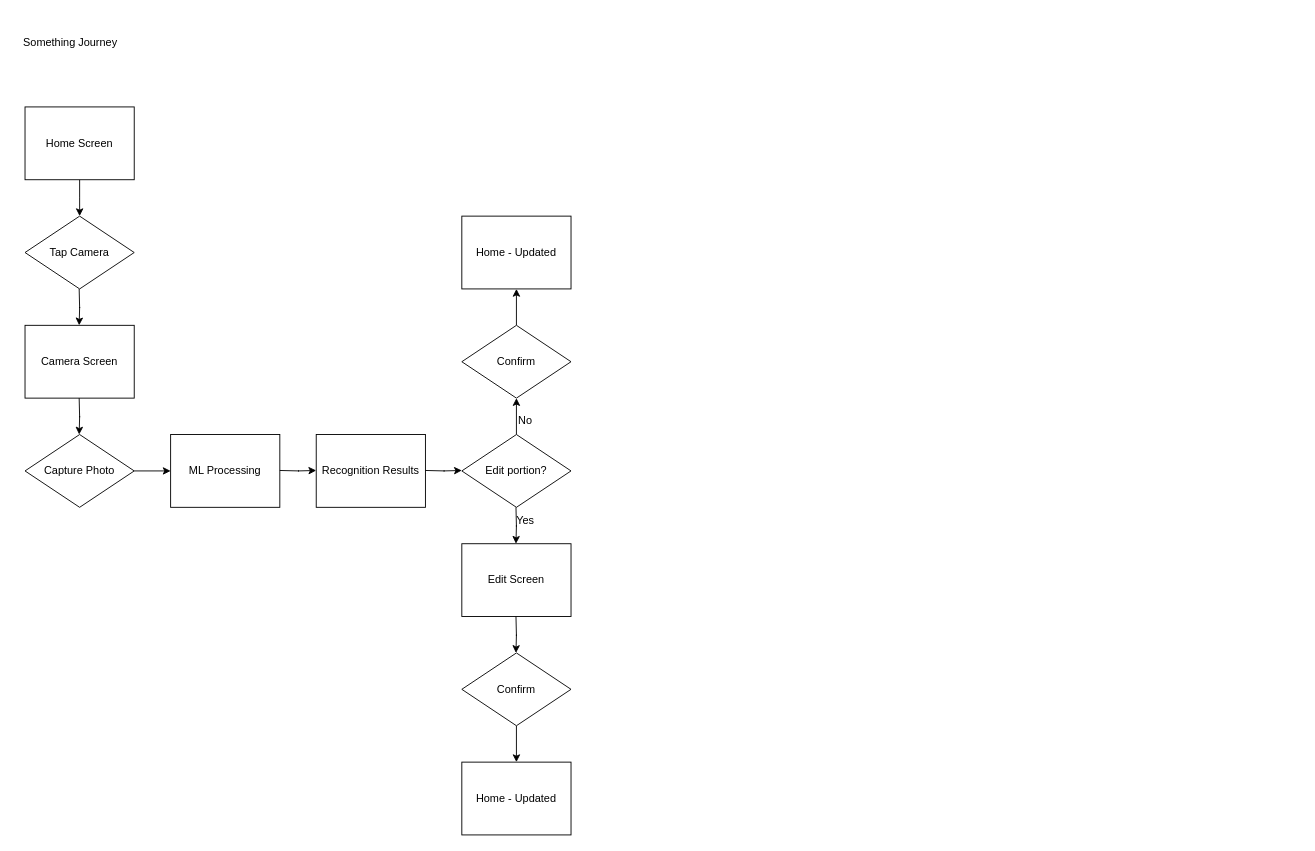
The draw.io diagram project specifications/COSC_4355_Project.drawio in Ephimoon/COSC_4355_Project, before the edit. Source tidied: cells renumbered, new cells numbered last; positions are measured from the earlier drawing's top-left corner, leaving out a move shared by most shapes. Both pictures are drawn from the tidied source at 91%, with x=0, y=0 at pixel (15, 15).
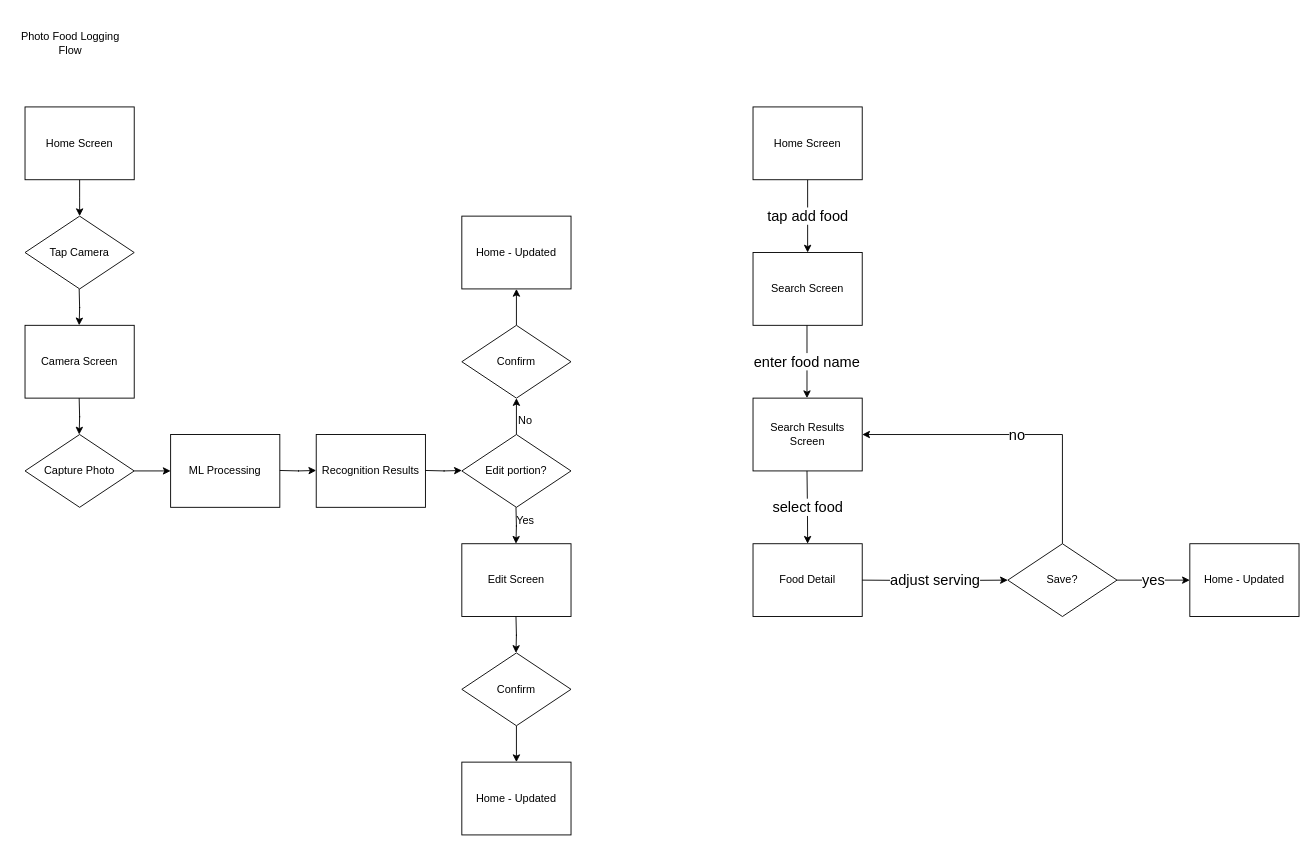
After the change.

Change to the diagram source:
```diff
@@
-    <mxCell id="5" value="Something Journey" style="text;html=1;align=center;verticalAlign=middle;whiteSpace=wrap;rounded=0;" parent="1" vertex="1">
+    <mxCell id="5" value="Photo Food Logging Flow" style="text;html=1;align=center;verticalAlign=middle;whiteSpace=wrap;rounded=0;" parent="1" vertex="1">
       <mxGeometry width="120" height="60" as="geometry" />
     </mxCell>
@@
+    <mxCell id="28" value="&lt;font style=&quot;font-size: 16px;&quot;&gt;tap add food&lt;/font&gt;" style="edgeStyle=orthogonalEdgeStyle;rounded=0;jettySize=auto;html=1;exitX=0.5;exitY=1;exitDx=0;exitDy=0;entryX=0.5;entryY=0;entryDx=0;entryDy=0;" parent="1" edge="1" source="29" target="30">
+      <mxGeometry relative="1" as="geometry" />
+    </mxCell>
+    <mxCell id="29" value="Home Screen" style="rounded=0;whiteSpace=wrap;html=1;" parent="1" vertex="1">
+      <mxGeometry x="810" y="100" width="120" height="80" as="geometry" />
+    </mxCell>
+    <mxCell id="30" value="Search Screen" style="rounded=0;whiteSpace=wrap;html=1;" parent="1" vertex="1">
+      <mxGeometry x="810" y="260" width="120" height="80" as="geometry" />
+    </mxCell>
+    <mxCell id="31" value="Search Results Screen" style="rounded=0;whiteSpace=wrap;html=1;" parent="1" vertex="1">
+      <mxGeometry x="810" y="420" width="120" height="80" as="geometry" />
+    </mxCell>
+    <mxCell id="32" value="Food Detail" style="rounded=0;whiteSpace=wrap;html=1;" parent="1" vertex="1">
+      <mxGeometry x="810" y="580" width="120" height="80" as="geometry" />
+    </mxCell>
+    <mxCell id="33" value="&lt;font style=&quot;font-size: 16px;&quot;&gt;adjust serving&lt;/font&gt;" style="edgeStyle=orthogonalEdgeStyle;rounded=0;jettySize=auto;html=1;entryX=0;entryY=0.5;entryDx=0;entryDy=0;" parent="1" edge="1" target="39">
+      <mxGeometry relative="1" as="geometry">
+        <mxPoint x="930" y="620" as="sourcePoint" />
+      </mxGeometry>
+    </mxCell>
+    <mxCell id="34" value="Home - Updated" style="rounded=0;whiteSpace=wrap;html=1;" parent="1" vertex="1">
+      <mxGeometry x="1290" y="580" width="120" height="80" as="geometry" />
+    </mxCell>
+    <mxCell id="35" value="&lt;font style=&quot;font-size: 16px;&quot;&gt;select food&lt;/font&gt;" style="edgeStyle=orthogonalEdgeStyle;rounded=0;jettySize=auto;html=1;exitX=0.5;exitY=1;exitDx=0;exitDy=0;entryX=0.5;entryY=0;entryDx=0;entryDy=0;" parent="1" edge="1" target="32">
+      <mxGeometry relative="1" as="geometry">
+        <mxPoint x="869.3" y="500" as="sourcePoint" />
+      </mxGeometry>
+    </mxCell>
+    <mxCell id="36" value="&lt;font style=&quot;font-size: 16px;&quot;&gt;enter food name&lt;/font&gt;" style="edgeStyle=orthogonalEdgeStyle;rounded=0;orthogonalLoop=1;jettySize=auto;html=1;exitX=0.5;exitY=1;exitDx=0;exitDy=0;entryX=0.5;entryY=0;entryDx=0;entryDy=0;" parent="1" edge="1">
+      <mxGeometry relative="1" as="geometry">
+        <mxPoint x="869.3" y="340" as="sourcePoint" />
+        <mxPoint x="869.3" y="420" as="targetPoint" />
+      </mxGeometry>
+    </mxCell>
+    <mxCell id="37" value="&lt;font style=&quot;font-size: 16px;&quot;&gt;no&lt;/font&gt;" style="edgeStyle=orthogonalEdgeStyle;rounded=0;jettySize=auto;html=1;exitX=0.5;exitY=0;exitDx=0;exitDy=0;entryX=1;entryY=0.5;entryDx=0;entryDy=0;" parent="1" edge="1" source="39" target="31">
+      <mxGeometry relative="1" as="geometry" />
+    </mxCell>
+    <mxCell id="38" value="&lt;font style=&quot;font-size: 16px;&quot;&gt;yes&lt;/font&gt;" style="edgeStyle=orthogonalEdgeStyle;rounded=0;jettySize=auto;html=1;exitX=1;exitY=0.5;exitDx=0;exitDy=0;entryX=0;entryY=0.5;entryDx=0;entryDy=0;" parent="1" edge="1" source="39" target="34">
+      <mxGeometry relative="1" as="geometry" />
+    </mxCell>
+    <mxCell id="39" value="Save?" style="rhombus;whiteSpace=wrap;html=1;" parent="1" vertex="1">
+      <mxGeometry x="1090" y="580" width="120" height="80" as="geometry" />
+    </mxCell>
```
